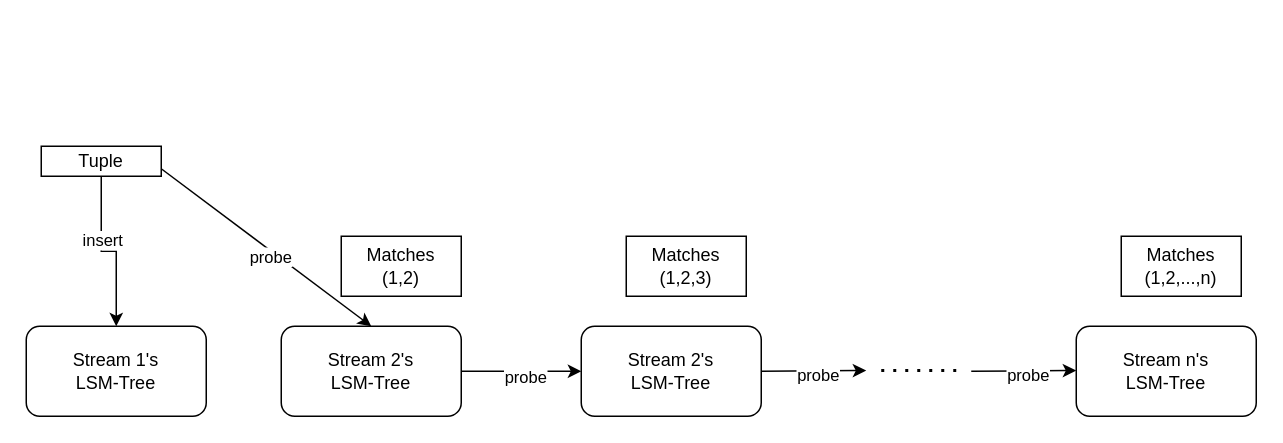
Before: mj.drawio in wmsj2000/MJPictures, a draw.io diagram. Source tidied: cells renumbered, new cells numbered last; positions are measured from the earlier drawing's top-left corner, leaving out a move shared by most shapes. Both pictures are drawn from the tidied source at 150%, with x=0, y=0 at pixel (26, 146).
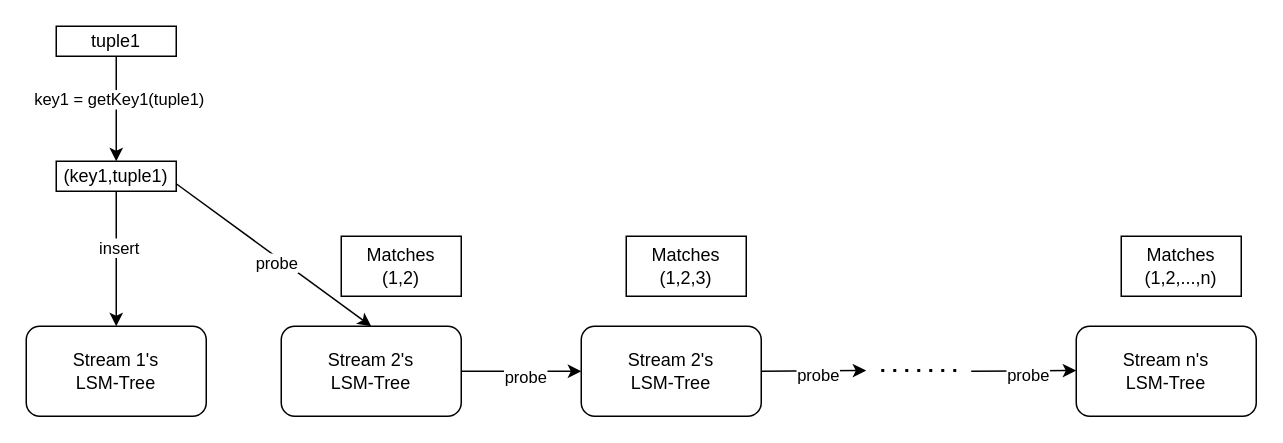
The same diagram, later.

Unchanged cells that the change refers to:
```xml
<mxCell id="2" value="Stream 1's&lt;br&gt;LSM-Tree" style="rounded=1;whiteSpace=wrap;html=1;" parent="1" vertex="1">
  <mxGeometry y="120" width="120" height="60" as="geometry" />
</mxCell>
```

What changed in the source:
```diff
@@
-    <mxCell id="6" style="edgeStyle=orthogonalEdgeStyle;rounded=0;jettySize=auto;html=1;exitX=0.5;exitY=1;exitDx=0;exitDy=0;entryX=0.5;entryY=0;entryDx=0;entryDy=0;" parent="1" edge="1" source="8" target="2">
-      <mxGeometry relative="1" as="geometry" />
-    </mxCell>
-    <mxCell id="7" value="insert" style="edgeLabel;html=1;align=center;verticalAlign=middle;" parent="6" vertex="1">
-      <mxGeometry x="-0.6" relative="1" as="geometry">
-        <mxPoint y="20" as="offset" />
-      </mxGeometry>
-    </mxCell>
-    <mxCell id="8" value="Tuple" style="rounded=0;whiteSpace=wrap;html=1;" parent="1" vertex="1">
-      <mxGeometry x="10" width="80" height="20" as="geometry" />
+    <mxCell id="8" value="(key1,tuple1)" style="rounded=0;whiteSpace=wrap;html=1;" parent="1" vertex="1">
+      <mxGeometry x="20" y="10" width="80" height="20" as="geometry" />
     </mxCell>
@@
+    <mxCell id="6" style="endArrow=classic;html=1;rounded=0;exitX=0.5;exitY=1;exitDx=0;exitDy=0;entryX=0.5;entryY=0;entryDx=0;entryDy=0;" parent="1" edge="1" source="8" target="2">
+      <mxGeometry relative="1" as="geometry" />
+    </mxCell>
+    <mxCell id="7" value="insert" style="edgeLabel;html=1;align=center;verticalAlign=middle;" parent="6" vertex="1">
+      <mxGeometry x="-0.18" y="1" relative="1" as="geometry" />
+    </mxCell>
+    <mxCell id="21" value="tuple1" style="rounded=0;whiteSpace=wrap;html=1;" parent="1" vertex="1">
+      <mxGeometry x="20" y="-80" width="80" height="20" as="geometry" />
+    </mxCell>
+    <mxCell id="22" style="endArrow=classic;html=1;rounded=0;exitX=0.5;exitY=1;exitDx=0;exitDy=0;entryX=0.5;entryY=0;entryDx=0;entryDy=0;" parent="1" edge="1" source="21" target="8">
+      <mxGeometry relative="1" as="geometry" />
+    </mxCell>
+    <mxCell id="23" value="key1 = getKey1(tuple1)" style="edgeLabel;html=1;align=center;verticalAlign=middle;" parent="22" vertex="1">
+      <mxGeometry x="-0.2" y="1" relative="1" as="geometry" />
+    </mxCell>
```
